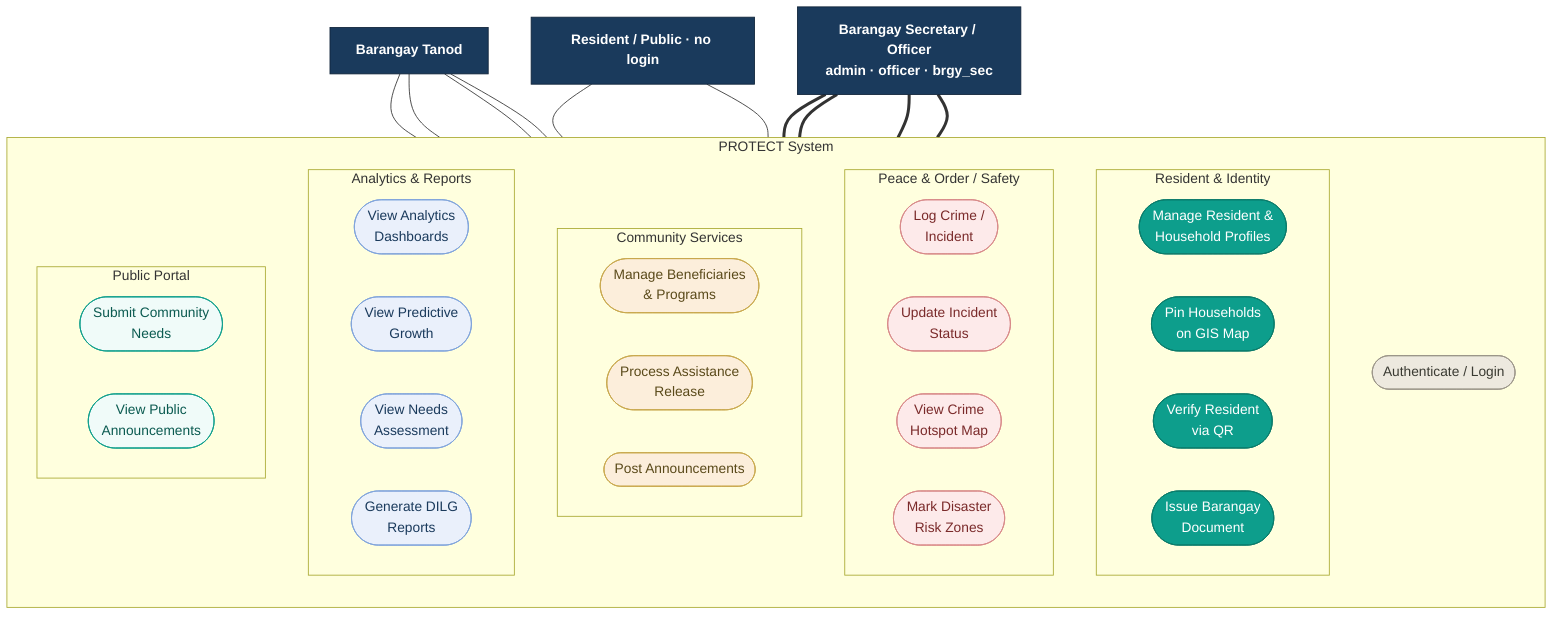
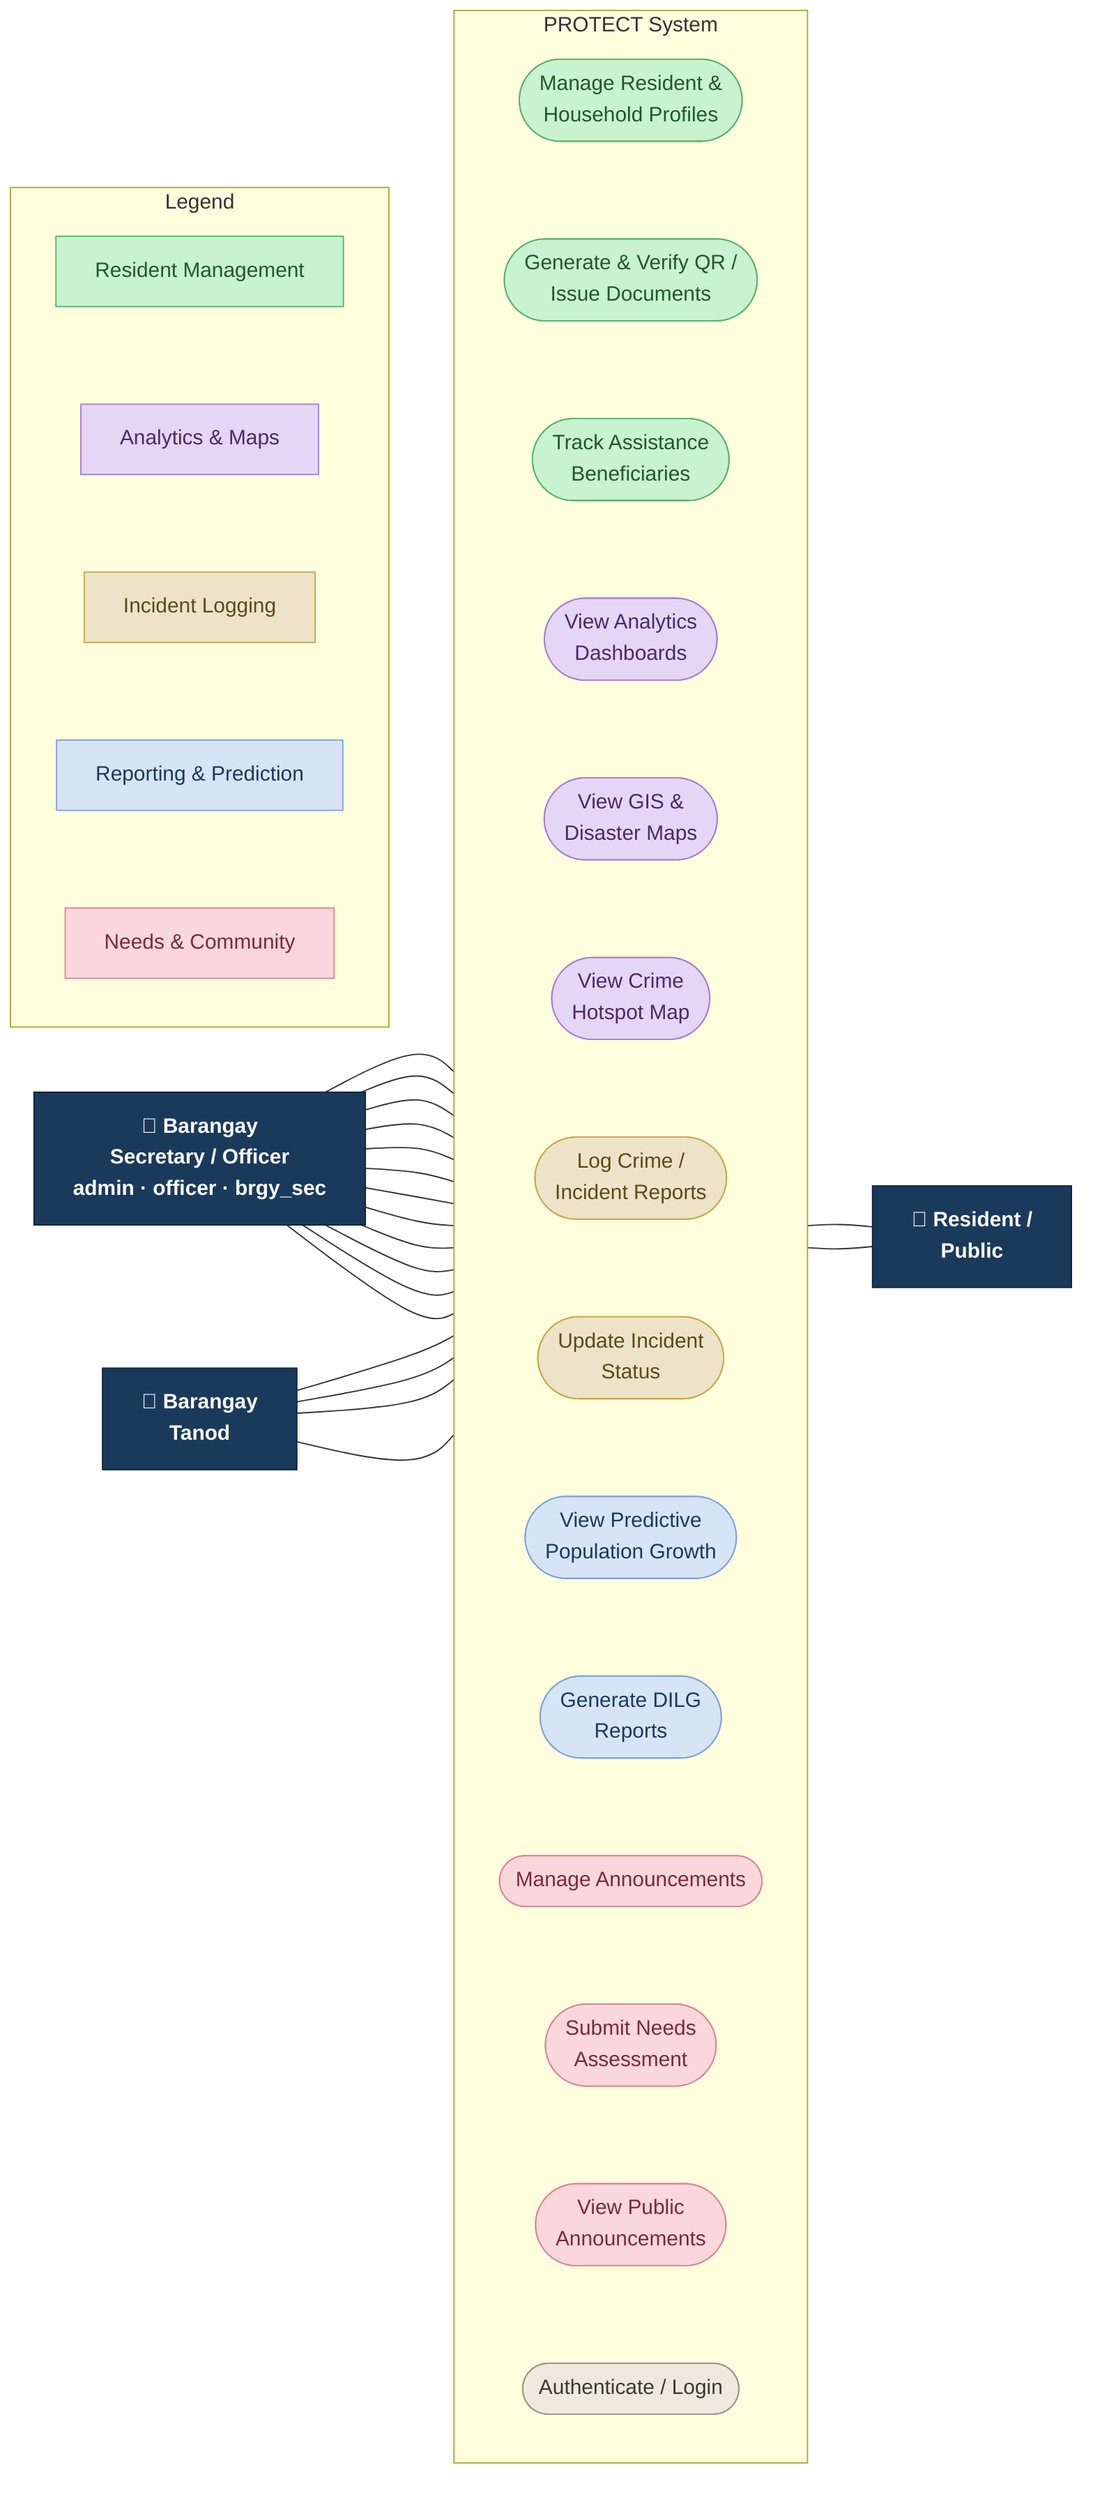
- flowchart TB
-     %% ===== Actors (top row) =====
-     Sec[" Barangay Secretary / Officer<br/>admin · officer · brgy_sec"]
-     Tanod[" Barangay Tanod"]
-     Res[" Resident / Public · no login"]
+ flowchart LR
+     %% ===== Left actors =====
+     Sec["👤 Barangay<br/>Secretary / Officer<br/>admin · officer · brgy_sec"]
+     Tanod["👮 Barangay<br/>Tanod"]

+     %% ===== System boundary with use cases stacked vertically =====
    subgraph SYS[PROTECT System]
      direction TB
- 
-       UC_Login(["Authenticate / Login"])
- 
-       subgraph G1[Resident & Identity]
-         direction LR
-         UC_Res(["Manage Resident &<br/>Household Profiles"])
-         UC_GIS(["Pin Households<br/>on GIS Map"])
-         UC_QR(["Verify Resident<br/>via QR"])
-         UC_Doc(["Issue Barangay<br/>Document"])
-       end
- 
-       subgraph G3[Peace & Order / Safety]
-         direction LR
-         UC_Log(["Log Crime /<br/>Incident"])
-         UC_Stat(["Update Incident<br/>Status"])
-         UC_Hot(["View Crime<br/>Hotspot Map"])
-         UC_Dis(["Mark Disaster<br/>Risk Zones"])
-       end
- 
-       subgraph G2[Community Services]
-         direction LR
-         UC_Ben(["Manage Beneficiaries<br/>& Programs"])
-         UC_Aid(["Process Assistance<br/>Release"])
-         UC_Ann(["Post Announcements"])
-       end
- 
-       subgraph G4[Analytics & Reports]
-         direction LR
-         UC_Ana(["View Analytics<br/>Dashboards"])
-         UC_Pred(["View Predictive<br/>Growth"])
-         UC_Needs(["View Needs<br/>Assessment"])
-         UC_Rep(["Generate DILG<br/>Reports"])
-       end
- 
-       subgraph G5[Public Portal]
-         direction LR
-         UC_Submit(["Submit Community<br/>Needs"])
-         UC_PubAnn(["View Public<br/>Announcements"])
-       end
+       U1(["Manage Resident &<br/>Household Profiles"])
+       U2(["Generate & Verify QR /<br/>Issue Documents"])
+       U3(["Track Assistance<br/>Beneficiaries"])
+       U4(["View Analytics<br/>Dashboards"])
+       U5(["View GIS &<br/>Disaster Maps"])
+       U6(["View Crime<br/>Hotspot Map"])
+       U7(["Log Crime /<br/>Incident Reports"])
+       U8(["Update Incident<br/>Status"])
+       U9(["View Predictive<br/>Population Growth"])
+       U10(["Generate DILG<br/>Reports"])
+       U11(["Manage Announcements"])
+       U12(["Submit Needs<br/>Assessment"])
+       U13(["View Public<br/>Announcements"])
+       U14(["Authenticate / Login"])
+       U1 ~~~ U2 ~~~ U3 ~~~ U4 ~~~ U5 ~~~ U6 ~~~ U7 ~~~ U8 ~~~ U9 ~~~ U10 ~~~ U11 ~~~ U12 ~~~ U13 ~~~ U14
    end

-     %% ===== Secretary / Officer — full access (whole groups) =====
-     Sec === UC_Login
-     Sec === G1
-     Sec === G2
-     Sec === G3
-     Sec === G4
+     %% ===== Right actor =====
+     Res["🧑 Resident /<br/>Public"]

-     %% ===== Tanod — peace & order only =====
-     Tanod --- UC_Login
-     Tanod --- UC_Log
-     Tanod --- UC_Stat
-     Tanod --- UC_Hot
+     %% ===== Secretary / Officer — full access =====
+     Sec --- U1
+     Sec --- U2
+     Sec --- U3
+     Sec --- U4
+     Sec --- U5
+     Sec --- U6
+     Sec --- U7
+     Sec --- U8
+     Sec --- U9
+     Sec --- U10
+     Sec --- U11
+     Sec --- U14

-     %% ===== Resident / Public — no login =====
-     Res --- UC_Submit
-     Res --- UC_PubAnn
+     %% ===== Tanod — peace & order =====
+     Tanod --- U6
+     Tanod --- U7
+     Tanod --- U8
+     Tanod --- U14
+ 
+     %% ===== Resident / Public — no login (right side) =====
+     U12 --- Res
+     U13 --- Res
+ 
+     %% ===== Legend =====
+     subgraph LEGEND[Legend]
+       direction TB
+       Lg1["Resident Management"]:::resident
+       Lg2["Analytics & Maps"]:::analytics
+       Lg3["Incident Logging"]:::safety
+       Lg4["Reporting & Prediction"]:::reporting
+       Lg5["Needs & Community"]:::needs
+       Lg1 ~~~ Lg2 ~~~ Lg3 ~~~ Lg4 ~~~ Lg5
+     end

    %% ===== Styling =====
    classDef actor fill:#1A3A5C,stroke:#10243a,color:#fff,font-weight:bold;
-     classDef resident fill:#0D9E8C,stroke:#0a7a6a,color:#fff;
-     classDef community fill:#FCEEDB,stroke:#C9A84C,color:#5A4A1A;
-     classDef safety fill:#FDEAEA,stroke:#D88888,color:#7A2A2A;
-     classDef analytics fill:#EAF0FB,stroke:#7FA3DB,color:#1A3A5C;
+     classDef resident fill:#C9F2D0,stroke:#5BB36A,color:#1E5A2A;
+     classDef analytics fill:#E6D6F5,stroke:#A87FD0,color:#4A2A6A;
+     classDef safety fill:#EDE3C8,stroke:#C9A84C,color:#5A4A1A;
+     classDef reporting fill:#D6E4F5,stroke:#7FA3DB,color:#1A3A5C;
+     classDef needs fill:#F9D7DC,stroke:#D88894,color:#7A2A3A;
    classDef auth fill:#EDE9DF,stroke:#9A9488,color:#3A3A32;
-     classDef public fill:#F0FBF9,stroke:#0D9E8C,color:#0a5a50;

    class Sec,Tanod,Res actor;
-     class UC_Login auth;
-     class UC_Res,UC_GIS,UC_QR,UC_Doc resident;
-     class UC_Ben,UC_Aid,UC_Ann community;
-     class UC_Log,UC_Stat,UC_Hot,UC_Dis safety;
-     class UC_Ana,UC_Pred,UC_Needs,UC_Rep analytics;
-     class UC_Submit,UC_PubAnn public;
+     class U1,U2,U3 resident;
+     class U4,U5,U6 analytics;
+     class U7,U8 safety;
+     class U9,U10 reporting;
+     class U11,U12,U13 needs;
+     class U14 auth;
